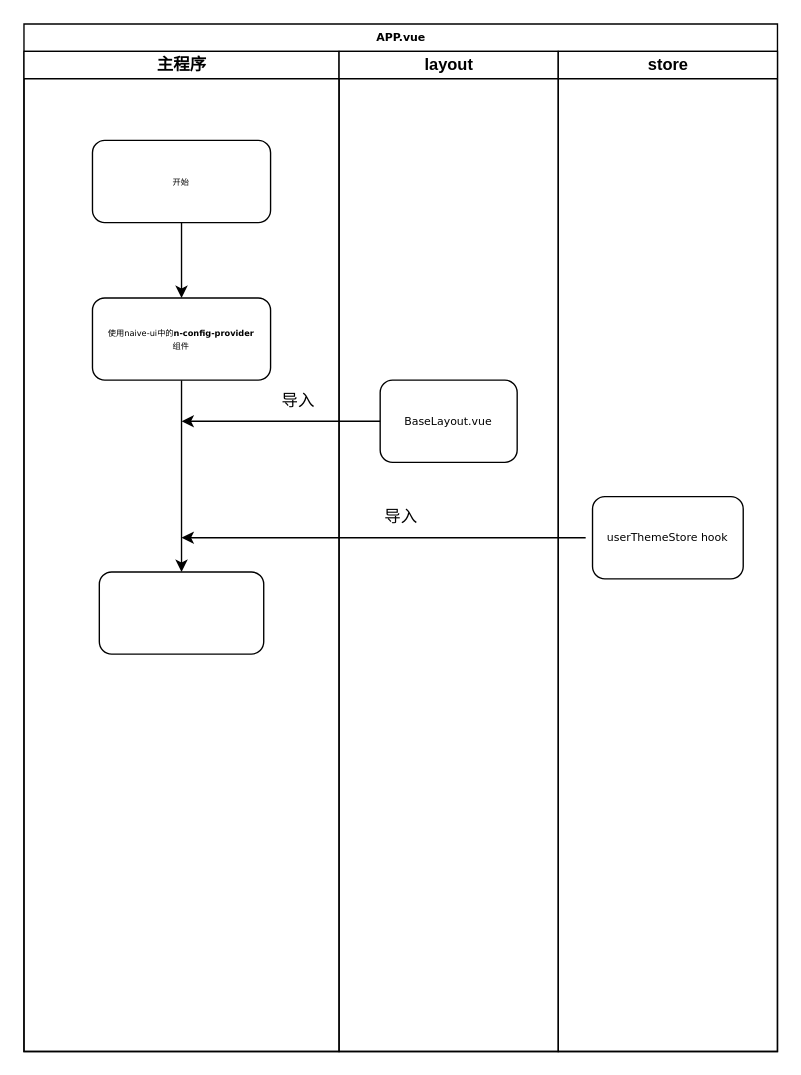
zhuxiaolu0903/draw-doc-project keeps this draw.io diagram as Vue3-DiDa技术揭秘/App.drawio. Above is the earlier version. Source tidied: cells renumbered, new cells numbered last; positions are measured from the earlier drawing's top-left corner, leaving out a move shared by most shapes. Both pictures are drawn from the tidied source at 137%, with x=0, y=0 at pixel (23, 23).
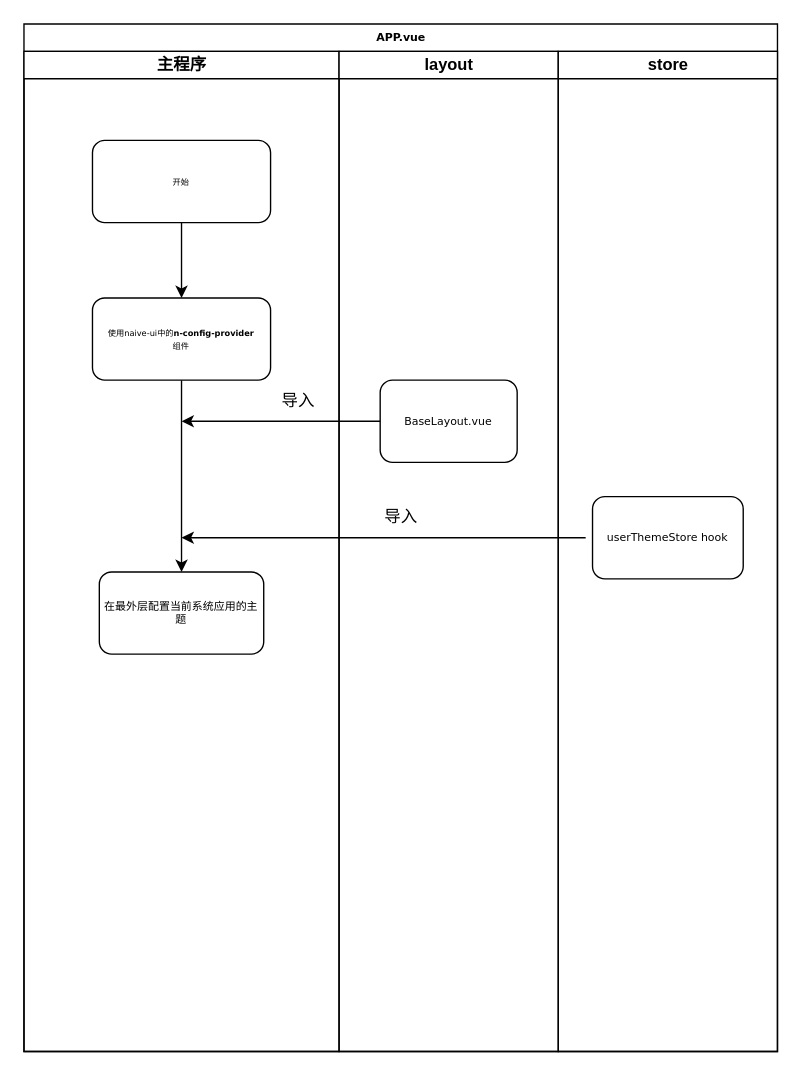
After the change.

The edit, as a diff of the source:
```diff
@@
 <mxGraphModel>
   <root>
     <mxCell id="0" />
     <mxCell id="1" parent="0" />
     <mxCell id="2" value="APP.vue" style="swimlane;html=1;startSize=20;rounded=0;shadow=0;labelBackgroundColor=none;strokeWidth=1;fontFamily=Verdana;fontSize=8;align=center;" parent="1" vertex="1">
       <mxGeometry width="550" height="750" as="geometry" />
     </mxCell>
     <mxCell id="3" value="主程序" style="swimlane;html=1;startSize=20;" parent="2" vertex="1">
       <mxGeometry y="20" width="230" height="730" as="geometry" />
     </mxCell>
     <mxCell id="4" style="edgeStyle=orthogonalEdgeStyle;rounded=0;jettySize=auto;html=1;entryX=0.5;entryY=0;entryDx=0;entryDy=0;fontSize=12;" parent="3" edge="1" source="5" target="7">
       <mxGeometry relative="1" as="geometry" />
     </mxCell>
     <mxCell id="5" value="&lt;span style=&quot;font-size: 6px;&quot;&gt;开始&lt;/span&gt;" style="rounded=1;whiteSpace=wrap;html=1;shadow=0;labelBackgroundColor=none;strokeWidth=1;fontFamily=Verdana;fontSize=8;align=center;" parent="3" vertex="1">
       <mxGeometry x="50" y="65" width="130" height="60" as="geometry" />
     </mxCell>
     <mxCell id="6" style="edgeStyle=orthogonalEdgeStyle;rounded=0;jettySize=auto;html=1;fontSize=12;" parent="3" edge="1" source="7" target="8">
       <mxGeometry relative="1" as="geometry" />
     </mxCell>
     <mxCell id="7" value="&lt;font style=&quot;font-size: 6px;&quot;&gt;使用naive-ui中的&lt;b style=&quot;border-color: var(--border-color);&quot;&gt;n-config-provider&lt;/b&gt;&lt;b&gt;&lt;br&gt;&lt;/b&gt;&lt;span style=&quot;background-color: initial;&quot;&gt;组件&lt;/span&gt;&lt;/font&gt;" style="rounded=1;whiteSpace=wrap;html=1;shadow=0;labelBackgroundColor=none;strokeWidth=1;fontFamily=Verdana;fontSize=8;align=center;" parent="3" vertex="1">
       <mxGeometry x="50" y="180" width="130" height="60" as="geometry" />
     </mxCell>
-    <mxCell id="8" style="whiteSpace=wrap;html=1;fontSize=8;fontFamily=Verdana;rounded=1;shadow=0;labelBackgroundColor=none;strokeWidth=1;" parent="3" vertex="1">
+    <mxCell id="8" value="在最外层配置当前系统应用的主题" style="whiteSpace=wrap;html=1;fontSize=8;fontFamily=Verdana;rounded=1;shadow=0;labelBackgroundColor=none;strokeWidth=1;" parent="3" vertex="1">
       <mxGeometry x="55" y="380" width="120" height="60" as="geometry" />
     </mxCell>
     <mxCell id="9" value="导入" style="text;html=1;align=center;verticalAlign=middle;strokeColor=none;fillColor=none;fontSize=12;" parent="3" vertex="1">
       <mxGeometry x="175" y="240" width="50" height="30" as="geometry" />
     </mxCell>
     <mxCell id="10" value="layout" style="swimlane;html=1;startSize=20;" parent="2" vertex="1">
       <mxGeometry x="230" y="20" width="160" height="730" as="geometry" />
     </mxCell>
     <mxCell id="11" value="BaseLayout.vue" style="rounded=1;whiteSpace=wrap;html=1;shadow=0;labelBackgroundColor=none;strokeWidth=1;fontFamily=Verdana;fontSize=8;align=center;" parent="10" vertex="1">
       <mxGeometry x="30" y="240" width="100" height="60" as="geometry" />
     </mxCell>
     <mxCell id="12" value="导入" style="text;html=1;align=center;verticalAlign=middle;strokeColor=none;fillColor=none;fontSize=12;" parent="10" vertex="1">
       <mxGeometry x="20" y="325" width="50" height="30" as="geometry" />
     </mxCell>
     <mxCell id="13" value="store" style="swimlane;html=1;startSize=20;" parent="2" vertex="1">
       <mxGeometry x="390" y="20" width="160" height="730" as="geometry" />
     </mxCell>
     <mxCell id="14" value="userThemeStore hook" style="rounded=1;whiteSpace=wrap;html=1;shadow=0;labelBackgroundColor=none;strokeWidth=1;fontFamily=Verdana;fontSize=8;align=center;" parent="13" vertex="1">
       <mxGeometry x="25" y="325" width="110" height="60" as="geometry" />
     </mxCell>
     <mxCell id="15" style="edgeStyle=orthogonalEdgeStyle;rounded=0;jettySize=auto;html=1;fontSize=12;" parent="2" edge="1" source="11">
       <mxGeometry relative="1" as="geometry">
         <mxPoint x="115" y="290" as="targetPoint" />
       </mxGeometry>
     </mxCell>
     <mxCell id="16" style="edgeStyle=orthogonalEdgeStyle;rounded=0;orthogonalLoop=1;jettySize=auto;html=1;fontSize=12;" parent="1" edge="1">
       <mxGeometry relative="1" as="geometry">
         <mxPoint x="410" y="375" as="sourcePoint" />
         <mxPoint x="115" y="375" as="targetPoint" />
       </mxGeometry>
     </mxCell>
   </root>
 </mxGraphModel>
```
